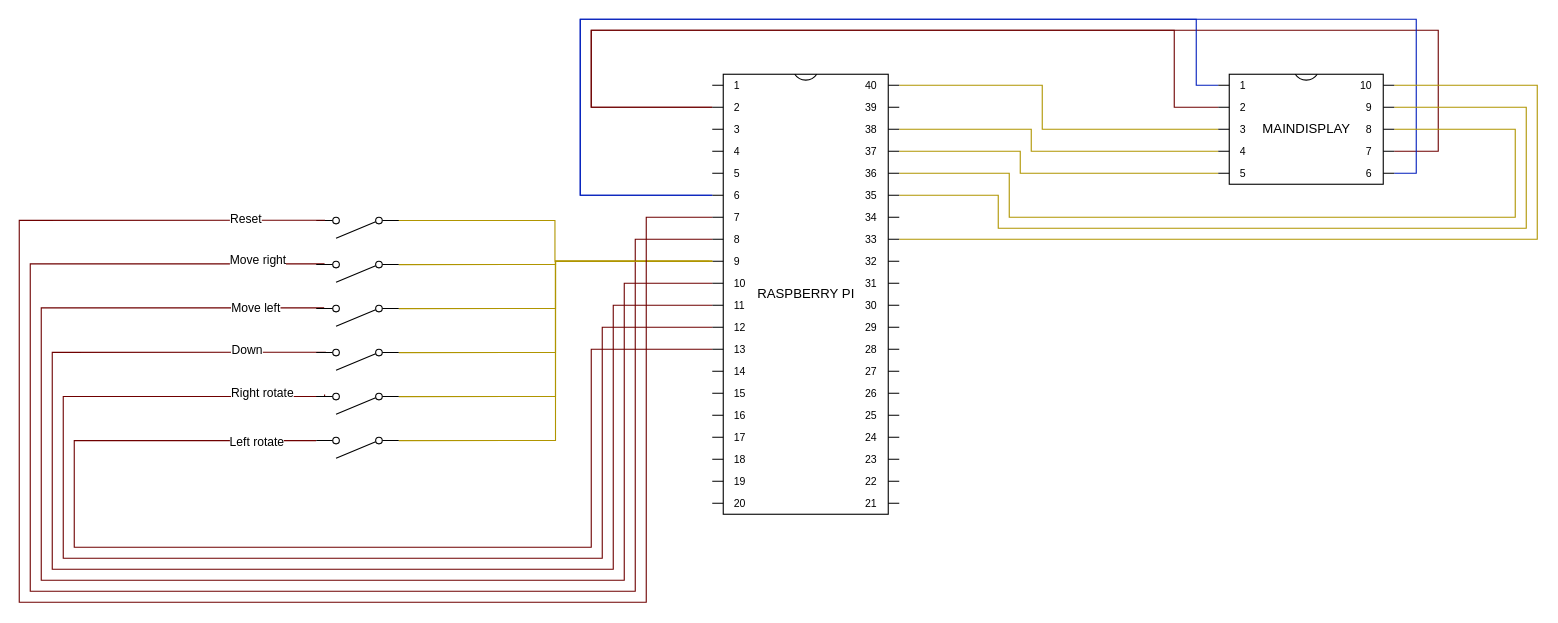
Before: page "ALL" (2 of 2) of drowio/circuit.dio in Rark7040/Tetris, a draw.io diagram. Source tidied: cells renumbered, new cells numbered last; positions are measured from the earlier drawing's top-left corner, leaving out a move shared by most shapes. Both pictures are drawn from the tidied source at 110%, with x=0, y=0 at pixel (19, 19).
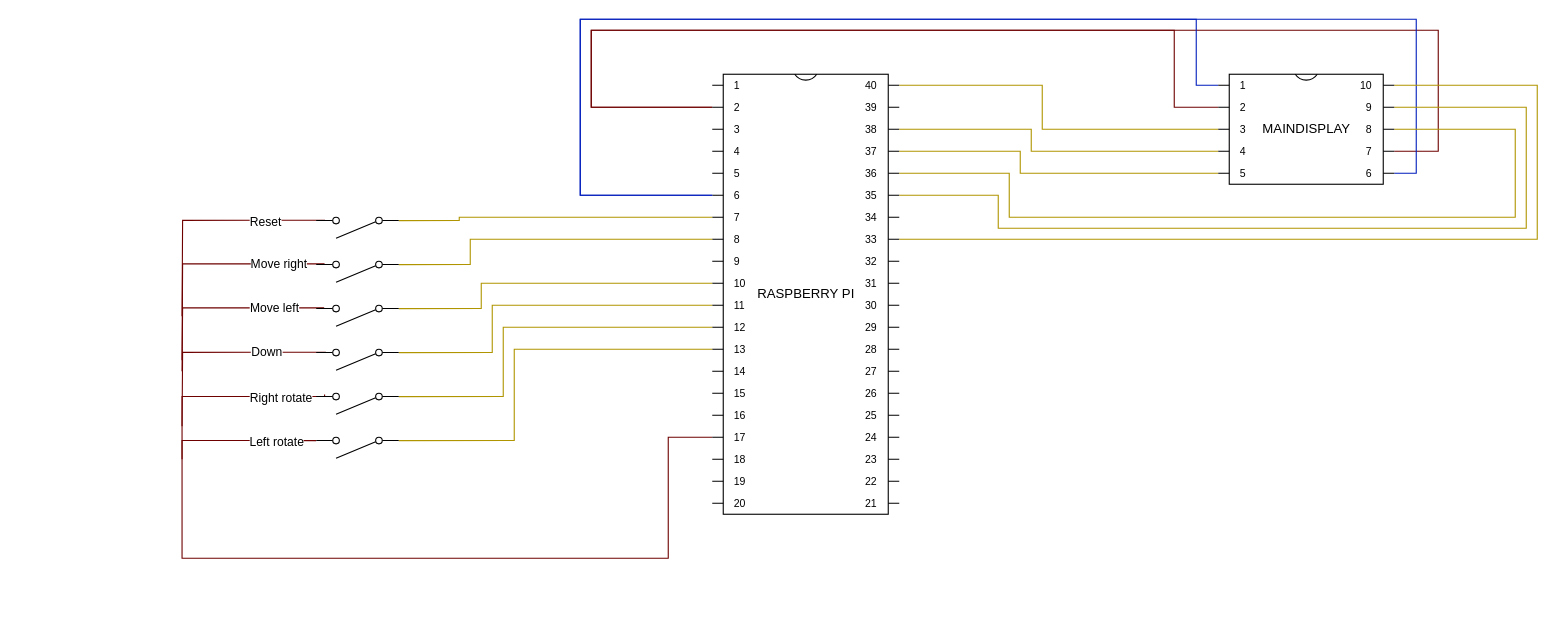
After the change.

Unchanged cells that the change refers to:
```xml
<mxCell id="6" value="RASPBERRY PI" style="shadow=0;dashed=0;align=center;html=1;strokeWidth=1;shape=mxgraph.electrical.logic_gates.dual_inline_ic;labelNames=a,b,c,d,e,f,g,h,i,j,k,l,m,n,o,p,q,r,s,t;" parent="1" vertex="1">
  <mxGeometry x="630" y="50" width="170" height="400" as="geometry" />
</mxCell>
<mxCell id="19" style="verticalLabelPosition=bottom;shadow=0;dashed=0;align=center;html=1;verticalAlign=top;shape=mxgraph.electrical.electro-mechanical.simple_switch;direction=west;" parent="1" vertex="1">
  <mxGeometry x="270" y="340" width="75" height="19" as="geometry" />
</mxCell>
<mxCell id="21" style="verticalLabelPosition=bottom;shadow=0;dashed=0;align=center;html=1;verticalAlign=top;shape=mxgraph.electrical.electro-mechanical.simple_switch;direction=west;" parent="1" vertex="1">
  <mxGeometry x="270" y="380" width="75" height="19" as="geometry" />
</mxCell>
<mxCell id="25" style="verticalLabelPosition=bottom;shadow=0;dashed=0;align=center;html=1;verticalAlign=top;shape=mxgraph.electrical.electro-mechanical.simple_switch;direction=west;" parent="1" vertex="1">
  <mxGeometry x="270" y="300" width="75" height="19" as="geometry" />
</mxCell>
<mxCell id="29" style="verticalLabelPosition=bottom;shadow=0;dashed=0;align=center;html=1;verticalAlign=top;shape=mxgraph.electrical.electro-mechanical.simple_switch;direction=west;" parent="1" vertex="1">
  <mxGeometry x="270" y="260" width="75" height="19" as="geometry" />
</mxCell>
<mxCell id="33" style="verticalLabelPosition=bottom;shadow=0;dashed=0;align=center;html=1;verticalAlign=top;shape=mxgraph.electrical.electro-mechanical.simple_switch;direction=west;" parent="1" vertex="1">
  <mxGeometry x="270" y="220" width="75" height="19" as="geometry" />
</mxCell>
<mxCell id="35" style="verticalLabelPosition=bottom;shadow=0;dashed=0;align=center;html=1;verticalAlign=top;shape=mxgraph.electrical.electro-mechanical.simple_switch;direction=west;" parent="1" vertex="1">
  <mxGeometry x="270" y="180" width="75" height="19" as="geometry" />
</mxCell>
```

Diff of the diagram source:
```diff
@@
-    <mxCell id="4" style="edgeStyle=orthogonalEdgeStyle;rounded=0;jettySize=auto;html=1;exitX=0;exitY=0;exitDx=0;exitDy=250;exitPerimeter=0;endArrow=none;endFill=0;entryX=1;entryY=0.84;entryDx=0;entryDy=0;entryPerimeter=0;fillColor=#a20025;strokeColor=#6F0000;" parent="1" edge="1" source="6" target="21">
+    <mxCell id="4" style="edgeStyle=orthogonalEdgeStyle;rounded=0;jettySize=auto;html=1;exitX=0;exitY=0;exitDx=0;exitDy=330;exitPerimeter=0;endArrow=none;endFill=0;entryX=1;entryY=0.84;entryDx=0;entryDy=0;entryPerimeter=0;fillColor=#a20025;strokeColor=#6F0000;" parent="1" edge="1" source="6" target="21">
       <mxGeometry relative="1" as="geometry">
         <Array as="points">
-          <mxPoint x="520" y="300" />
-          <mxPoint x="520" y="480" />
-          <mxPoint x="50" y="480" />
-          <mxPoint x="50" y="383" />
+          <mxPoint x="590" y="380" />
+          <mxPoint x="590" y="490" />
+          <mxPoint x="148" y="490" />
+          <mxPoint x="148" y="383" />
         </Array>
       </mxGeometry>
     </mxCell>
     <mxCell id="5" value="Left rotate" style="edgeLabel;html=1;align=center;verticalAlign=middle;" parent="4" vertex="1">
       <mxGeometry x="0.91" relative="1" as="geometry">
-        <mxPoint x="-6" as="offset" />
+        <mxPoint x="1" as="offset" />
       </mxGeometry>
     </mxCell>
@@
-    <mxCell id="16" style="edgeStyle=orthogonalEdgeStyle;rounded=0;jettySize=auto;html=1;endArrow=none;endFill=0;exitX=0.899;exitY=0.937;exitDx=0;exitDy=0;exitPerimeter=0;fillColor=#a20025;strokeColor=#6F0000;entryX=0;entryY=0;entryDx=0;entryDy=230;entryPerimeter=0;" parent="1" edge="1" source="19" target="6">
+    <mxCell id="16" style="edgeStyle=orthogonalEdgeStyle;rounded=0;jettySize=auto;html=1;endArrow=none;endFill=0;exitX=0.899;exitY=0.937;exitDx=0;exitDy=0;exitPerimeter=0;fillColor=#a20025;strokeColor=#6F0000;" parent="1" edge="1" source="19">
       <mxGeometry relative="1" as="geometry">
+        <mxPoint x="148" y="400" as="targetPoint" />
         <Array as="points">
           <mxPoint x="278" y="343" />
-          <mxPoint x="40" y="343" />
-          <mxPoint x="40" y="490" />
-          <mxPoint x="530" y="490" />
-          <mxPoint x="530" y="280" />
+          <mxPoint x="148" y="343" />
         </Array>
       </mxGeometry>
     </mxCell>
     <mxCell id="17" value="Right rotate" style="edgeLabel;html=1;align=center;verticalAlign=middle;" parent="16" vertex="1">
       <mxGeometry x="-0.49" relative="1" as="geometry">
-        <mxPoint x="180" y="-67" as="offset" />
+        <mxPoint x="6" as="offset" />
       </mxGeometry>
     </mxCell>
-    <mxCell id="18" style="edgeStyle=orthogonalEdgeStyle;rounded=0;jettySize=auto;html=1;exitX=0;exitY=0.84;exitDx=0;exitDy=0;exitPerimeter=0;entryX=0;entryY=0;entryDx=0;entryDy=170;entryPerimeter=0;endArrow=none;endFill=0;fillColor=#e3c800;strokeColor=#B09500;" parent="1" edge="1" source="19" target="6">
-      <mxGeometry relative="1" as="geometry" />
+    <mxCell id="18" style="edgeStyle=orthogonalEdgeStyle;rounded=0;jettySize=auto;html=1;exitX=0;exitY=0.84;exitDx=0;exitDy=0;exitPerimeter=0;entryX=0;entryY=0;entryDx=0;entryDy=230;entryPerimeter=0;endArrow=none;endFill=0;fillColor=#e3c800;strokeColor=#B09500;" parent="1" edge="1" source="19" target="6">
+      <mxGeometry relative="1" as="geometry">
+        <Array as="points">
+          <mxPoint x="440" y="343" />
+          <mxPoint x="440" y="280" />
+        </Array>
+      </mxGeometry>
     </mxCell>
@@
-    <mxCell id="20" style="edgeStyle=orthogonalEdgeStyle;rounded=0;jettySize=auto;html=1;exitX=0;exitY=0.84;exitDx=0;exitDy=0;exitPerimeter=0;entryX=0;entryY=0;entryDx=0;entryDy=170;entryPerimeter=0;endArrow=none;endFill=0;fillColor=#e3c800;strokeColor=#B09500;" parent="1" edge="1" source="21" target="6">
-      <mxGeometry relative="1" as="geometry" />
+    <mxCell id="20" style="edgeStyle=orthogonalEdgeStyle;rounded=0;jettySize=auto;html=1;exitX=0;exitY=0.84;exitDx=0;exitDy=0;exitPerimeter=0;entryX=0;entryY=0;entryDx=0;entryDy=250;entryPerimeter=0;endArrow=none;endFill=0;fillColor=#e3c800;strokeColor=#B09500;" parent="1" edge="1" source="21" target="6">
+      <mxGeometry relative="1" as="geometry">
+        <Array as="points">
+          <mxPoint x="450" y="383" />
+          <mxPoint x="450" y="300" />
+        </Array>
+      </mxGeometry>
     </mxCell>
@@
-    <mxCell id="22" style="edgeStyle=orthogonalEdgeStyle;rounded=0;jettySize=auto;html=1;exitX=0.883;exitY=0.853;exitDx=0;exitDy=0;exitPerimeter=0;endArrow=none;endFill=0;fillColor=#a20025;strokeColor=#6F0000;entryX=0;entryY=0;entryDx=0;entryDy=210;entryPerimeter=0;" parent="1" edge="1" source="25" target="6">
+    <mxCell id="22" style="edgeStyle=orthogonalEdgeStyle;rounded=0;jettySize=auto;html=1;exitX=0.883;exitY=0.853;exitDx=0;exitDy=0;exitPerimeter=0;endArrow=none;endFill=0;fillColor=#a20025;strokeColor=#6F0000;" parent="1" edge="1" source="25">
       <mxGeometry relative="1" as="geometry">
-        <Array as="points">
-          <mxPoint x="30" y="303" />
-          <mxPoint x="30" y="500" />
-          <mxPoint x="540" y="500" />
-          <mxPoint x="540" y="260" />
-        </Array>
+        <mxPoint x="148" y="370" as="targetPoint" />
       </mxGeometry>
     </mxCell>
     <mxCell id="23" value="Down" style="edgeLabel;html=1;align=center;verticalAlign=middle;" parent="22" vertex="1">
       <mxGeometry x="-0.54" relative="1" as="geometry">
-        <mxPoint x="176" y="-50" as="offset" />
+        <mxPoint x="-9" as="offset" />
       </mxGeometry>
     </mxCell>
-    <mxCell id="24" style="edgeStyle=orthogonalEdgeStyle;rounded=0;jettySize=auto;html=1;exitX=0;exitY=0.84;exitDx=0;exitDy=0;exitPerimeter=0;entryX=0;entryY=0;entryDx=0;entryDy=170;entryPerimeter=0;endArrow=none;endFill=0;fillColor=#e3c800;strokeColor=#B09500;" parent="1" edge="1" source="25" target="6">
-      <mxGeometry relative="1" as="geometry" />
+    <mxCell id="24" style="edgeStyle=orthogonalEdgeStyle;rounded=0;jettySize=auto;html=1;exitX=0;exitY=0.84;exitDx=0;exitDy=0;exitPerimeter=0;entryX=0;entryY=0;entryDx=0;entryDy=210;entryPerimeter=0;endArrow=none;endFill=0;fillColor=#e3c800;strokeColor=#B09500;" parent="1" edge="1" source="25" target="6">
+      <mxGeometry relative="1" as="geometry">
+        <Array as="points">
+          <mxPoint x="430" y="303" />
+          <mxPoint x="430" y="260" />
+        </Array>
+      </mxGeometry>
     </mxCell>
@@
-    <mxCell id="26" style="edgeStyle=orthogonalEdgeStyle;rounded=0;jettySize=auto;html=1;exitX=0.904;exitY=0.874;exitDx=0;exitDy=0;exitPerimeter=0;endArrow=none;endFill=0;fillColor=#a20025;strokeColor=#6F0000;entryX=0;entryY=0;entryDx=0;entryDy=190;entryPerimeter=0;" parent="1" edge="1" source="29" target="6">
+    <mxCell id="26" style="edgeStyle=orthogonalEdgeStyle;rounded=0;jettySize=auto;html=1;exitX=0.904;exitY=0.874;exitDx=0;exitDy=0;exitPerimeter=0;endArrow=none;endFill=0;fillColor=#a20025;strokeColor=#6F0000;" parent="1" edge="1" source="29">
       <mxGeometry relative="1" as="geometry">
-        <Array as="points">
-          <mxPoint x="20" y="262" />
-          <mxPoint x="20" y="510" />
-          <mxPoint x="550" y="510" />
-          <mxPoint x="550" y="240" />
-        </Array>
+        <mxPoint x="148" y="320" as="targetPoint" />
       </mxGeometry>
     </mxCell>
     <mxCell id="27" value="Move left" style="edgeLabel;html=1;align=center;verticalAlign=middle;" parent="26" vertex="1">
       <mxGeometry x="-0.41" relative="1" as="geometry">
-        <mxPoint x="194" y="-152" as="offset" />
+        <mxPoint x="9" as="offset" />
       </mxGeometry>
     </mxCell>
-    <mxCell id="28" style="edgeStyle=orthogonalEdgeStyle;rounded=0;jettySize=auto;html=1;exitX=0;exitY=0.84;exitDx=0;exitDy=0;exitPerimeter=0;entryX=0;entryY=0;entryDx=0;entryDy=170;entryPerimeter=0;endArrow=none;endFill=0;fillColor=#e3c800;strokeColor=#B09500;" parent="1" edge="1" source="29" target="6">
-      <mxGeometry relative="1" as="geometry" />
+    <mxCell id="28" style="edgeStyle=orthogonalEdgeStyle;rounded=0;jettySize=auto;html=1;exitX=0;exitY=0.84;exitDx=0;exitDy=0;exitPerimeter=0;entryX=0;entryY=0;entryDx=0;entryDy=190;entryPerimeter=0;endArrow=none;endFill=0;fillColor=#e3c800;strokeColor=#B09500;" parent="1" edge="1" source="29" target="6">
+      <mxGeometry relative="1" as="geometry">
+        <Array as="points">
+          <mxPoint x="420" y="263" />
+          <mxPoint x="420" y="240" />
+        </Array>
+      </mxGeometry>
     </mxCell>
@@
-    <mxCell id="30" style="edgeStyle=orthogonalEdgeStyle;rounded=0;jettySize=auto;html=1;endArrow=none;endFill=0;fillColor=#a20025;strokeColor=#6F0000;exitX=0.899;exitY=0.874;exitDx=0;exitDy=0;exitPerimeter=0;entryX=0;entryY=0;entryDx=0;entryDy=150;entryPerimeter=0;" parent="1" edge="1" source="33" target="6">
+    <mxCell id="30" style="edgeStyle=orthogonalEdgeStyle;rounded=0;jettySize=auto;html=1;endArrow=none;endFill=0;fillColor=#a20025;strokeColor=#6F0000;exitX=0.899;exitY=0.874;exitDx=0;exitDy=0;exitPerimeter=0;" parent="1" edge="1" source="33">
       <mxGeometry relative="1" as="geometry">
-        <Array as="points">
-          <mxPoint x="10" y="222" />
-          <mxPoint x="10" y="520" />
-          <mxPoint x="560" y="520" />
-          <mxPoint x="560" y="200" />
-        </Array>
+        <mxPoint x="148" y="310" as="targetPoint" />
       </mxGeometry>
     </mxCell>
     <mxCell id="31" value="Move right" style="edgeLabel;html=1;align=center;verticalAlign=middle;" parent="30" vertex="1">
       <mxGeometry x="-0.64" relative="1" as="geometry">
-        <mxPoint x="206" y="-7" as="offset" />
+        <mxPoint x="-3" as="offset" />
       </mxGeometry>
     </mxCell>
-    <mxCell id="32" style="edgeStyle=orthogonalEdgeStyle;rounded=0;jettySize=auto;html=1;exitX=0;exitY=0.84;exitDx=0;exitDy=0;exitPerimeter=0;entryX=0;entryY=0;entryDx=0;entryDy=170;entryPerimeter=0;fillColor=#e3c800;strokeColor=#B09500;endArrow=none;endFill=0;" parent="1" edge="1" source="33" target="6">
-      <mxGeometry relative="1" as="geometry" />
+    <mxCell id="32" style="edgeStyle=orthogonalEdgeStyle;rounded=0;jettySize=auto;html=1;exitX=0;exitY=0.84;exitDx=0;exitDy=0;exitPerimeter=0;entryX=0;entryY=0;entryDx=0;entryDy=150;entryPerimeter=0;endArrow=none;endFill=0;fillColor=#e3c800;strokeColor=#B09500;" parent="1" edge="1" source="33" target="6">
+      <mxGeometry relative="1" as="geometry">
+        <Array as="points">
+          <mxPoint x="410" y="223" />
+          <mxPoint x="410" y="200" />
+        </Array>
+      </mxGeometry>
     </mxCell>
@@
+    <mxCell id="36" style="edgeStyle=orthogonalEdgeStyle;rounded=0;jettySize=auto;html=1;exitX=0.893;exitY=0.853;exitDx=0;exitDy=0;exitPerimeter=0;endArrow=none;endFill=0;fillColor=#a20025;strokeColor=#6F0000;" parent="1" edge="1" source="35">
+      <mxGeometry relative="1" as="geometry">
+        <mxPoint x="148" y="270" as="targetPoint" />
+      </mxGeometry>
+    </mxCell>
+    <mxCell id="37" value="Reset" style="edgeLabel;html=1;align=center;verticalAlign=middle;" parent="36" vertex="1">
+      <mxGeometry x="-0.46" y="1" relative="1" as="geometry">
+        <mxPoint x="4" as="offset" />
+      </mxGeometry>
+    </mxCell>
-    <mxCell id="34" style="edgeStyle=orthogonalEdgeStyle;rounded=0;orthogonalLoop=1;jettySize=auto;html=1;exitX=0;exitY=0.84;exitDx=0;exitDy=0;exitPerimeter=0;entryX=0;entryY=0;entryDx=0;entryDy=170;entryPerimeter=0;endArrow=none;endFill=0;fillColor=#e3c800;strokeColor=#B09500;" parent="1" edge="1">
+    <mxCell id="34" style="edgeStyle=orthogonalEdgeStyle;rounded=0;jettySize=auto;html=1;exitX=0;exitY=0.84;exitDx=0;exitDy=0;exitPerimeter=0;entryX=0;entryY=0;entryDx=0;entryDy=130;entryPerimeter=0;endArrow=none;endFill=0;fillColor=#e3c800;strokeColor=#B09500;" parent="1" edge="1" source="35" target="6">
       <mxGeometry relative="1" as="geometry">
-        <mxPoint x="342" y="183" as="sourcePoint" />
-        <mxPoint x="627" y="220" as="targetPoint" />
         <Array as="points">
-          <mxPoint x="487" y="183" />
-          <mxPoint x="487" y="220" />
+          <mxPoint x="400" y="183" />
+          <mxPoint x="400" y="180" />
         </Array>
       </mxGeometry>
     </mxCell>
@@
-    <mxCell id="36" style="edgeStyle=orthogonalEdgeStyle;rounded=0;jettySize=auto;html=1;exitX=0.893;exitY=0.853;exitDx=0;exitDy=0;exitPerimeter=0;endArrow=none;endFill=0;fillColor=#a20025;strokeColor=#6F0000;entryX=0;entryY=0;entryDx=0;entryDy=130;entryPerimeter=0;" parent="1" edge="1" source="35" target="6">
-      <mxGeometry relative="1" as="geometry">
-        <Array as="points">
-          <mxPoint y="183" />
-          <mxPoint y="530" />
-          <mxPoint x="570" y="530" />
-          <mxPoint x="570" y="180" />
-        </Array>
-      </mxGeometry>
-    </mxCell>
-    <mxCell id="37" value="Reset" style="edgeLabel;html=1;align=center;verticalAlign=middle;" parent="36" vertex="1">
-      <mxGeometry x="-0.46" y="1" relative="1" as="geometry">
-        <mxPoint x="204" y="-156" as="offset" />
-      </mxGeometry>
-    </mxCell>
```
